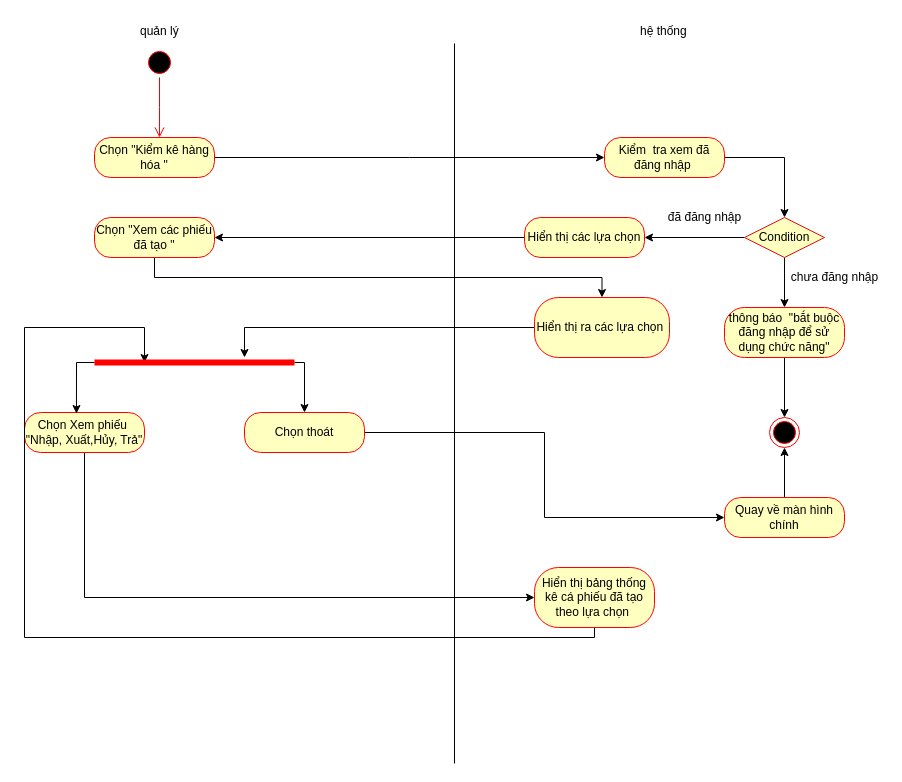
The draw.io diagram page "xem phiếu đã tạo" (16 of 19) of Untitled Diagram.drawio in sonha1/aaaa, before the edit. Source tidied: cells renumbered, new cells numbered last; positions are measured from the earlier drawing's top-left corner, leaving out a move shared by most shapes. Both pictures are drawn from the tidied source at 100%, with x=0, y=0 at pixel (24, 17).
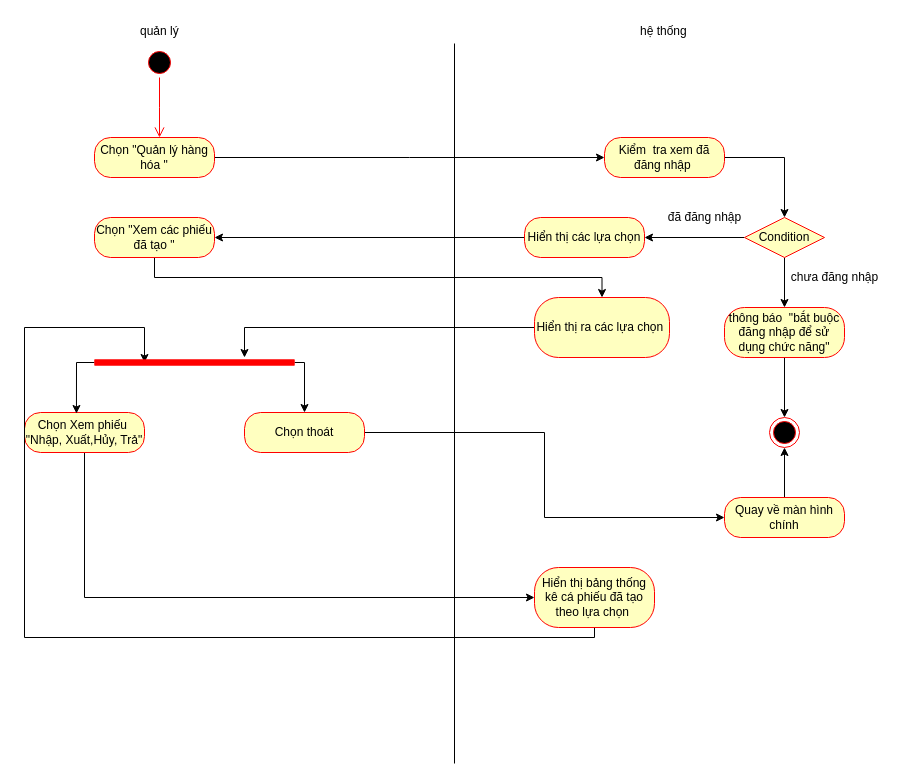
The same diagram, later.

Diff of the diagram source:
```diff
@@
-    <mxCell id="8" value="Chọn &quot;Kiểm kê hàng hóa &quot;" style="rounded=1;whiteSpace=wrap;html=1;arcSize=40;fontColor=#000000;fillColor=#ffffc0;strokeColor=#ff0000;" parent="1" vertex="1">
+    <mxCell id="8" value="Chọn &quot;Quản lý hàng hóa &quot;" style="rounded=1;whiteSpace=wrap;html=1;arcSize=40;fontColor=#000000;fillColor=#ffffc0;strokeColor=#ff0000;" parent="1" vertex="1">
       <mxGeometry x="70" y="120" width="120" height="40" as="geometry" />
     </mxCell>
@@
+    <mxCell id="37" style="shape=line;html=1;strokeWidth=6;strokeColor=#ff0000;" parent="1" vertex="1">
+      <mxGeometry x="70" y="340" width="200" height="10" as="geometry" />
+    </mxCell>
```
